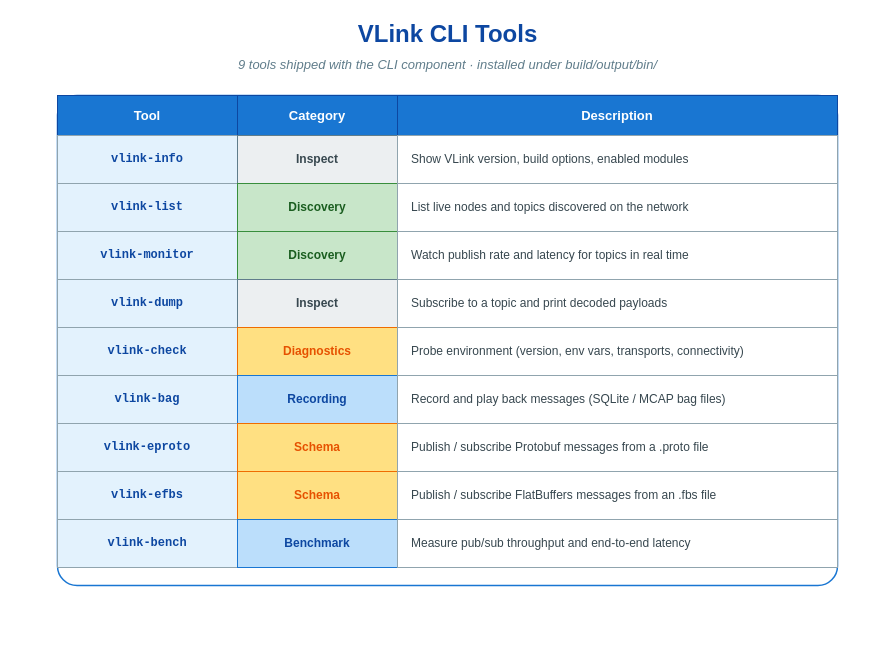
Above: doc/images/foreword-cli-tools-table.drawio in thun-res/vlink (draw.io), before the change. Source tidied: cells renumbered, new cells numbered last; positions are measured from the earlier drawing's top-left corner, leaving out a move shared by most shapes. Both pictures are drawn from the tidied source at 100%, with x=0, y=0 at pixel (17, 17).
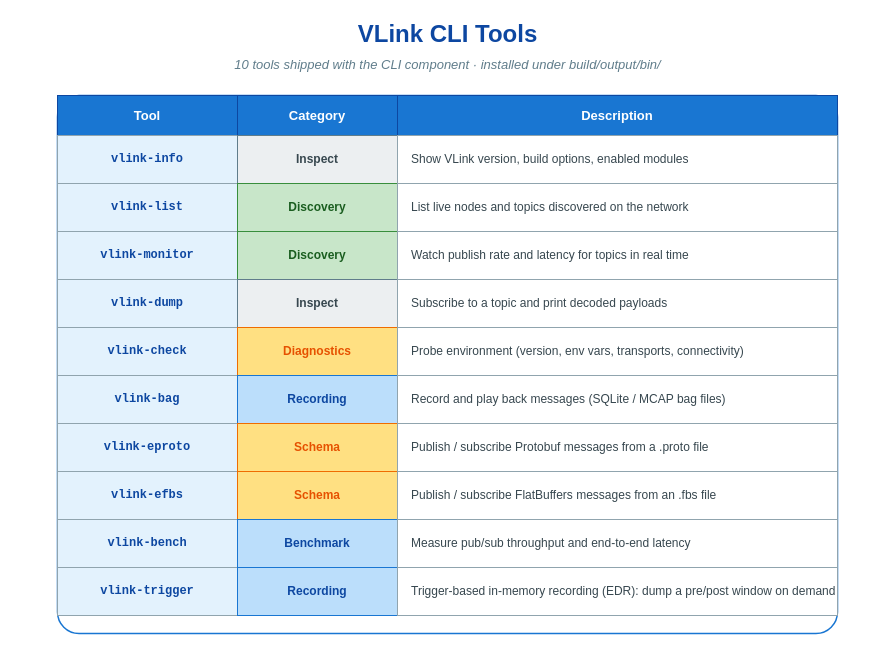
After the change.

Change to the diagram source:
```diff
@@
-    <mxCell id="3" value="9 tools shipped with the CLI component  ·  installed under build/output/bin/" style="text;html=1;align=center;verticalAlign=middle;strokeColor=none;fillColor=none;fontFamily=Helvetica;fontSize=13;fontStyle=2;fontColor=#607d8b;shadow=0;" parent="1" vertex="1">
+    <mxCell id="3" value="10 tools shipped with the CLI component  ·  installed under build/output/bin/" style="text;html=1;align=center;verticalAlign=middle;strokeColor=none;fillColor=none;fontFamily=Helvetica;fontSize=13;fontStyle=2;fontColor=#607d8b;shadow=0;" parent="1" vertex="1">
       <mxGeometry y="36" width="860" height="22" as="geometry" />
     </mxCell>
     <mxCell id="4" style="rounded=1;whiteSpace=wrap;html=1;fillColor=#ffffff;strokeColor=#1976d2;strokeWidth=1.5;arcSize=4;shadow=0;fontFamily=Helvetica;" parent="1" vertex="1">
-      <mxGeometry x="40" y="78" width="780" height="490" as="geometry" />
+      <mxGeometry x="40" y="78" width="780" height="538" as="geometry" />
     </mxCell>
@@
+    <mxCell id="35" value="vlink-trigger" style="rounded=0;whiteSpace=wrap;html=1;fillColor=#e3f2fd;strokeColor=#90a4ae;strokeWidth=1;fontFamily=Courier New;fontSize=12;fontStyle=1;fontColor=#0d47a1;align=center;verticalAlign=middle;shadow=0;" parent="1" vertex="1">
+      <mxGeometry x="40" y="550" width="180" height="48" as="geometry" />
+    </mxCell>
+    <mxCell id="36" value="Recording" style="rounded=0;whiteSpace=wrap;html=1;fillColor=#bbdefb;strokeColor=#1976d2;strokeWidth=1;fontFamily=Helvetica;fontSize=12;fontStyle=1;fontColor=#0d47a1;align=center;verticalAlign=middle;shadow=0;" parent="1" vertex="1">
+      <mxGeometry x="220" y="550" width="160" height="48" as="geometry" />
+    </mxCell>
+    <mxCell id="37" value="Trigger-based in-memory recording (EDR): dump a pre/post window on demand" style="rounded=0;whiteSpace=wrap;html=1;fillColor=#ffffff;strokeColor=#90a4ae;strokeWidth=1;fontFamily=Helvetica;fontSize=12;fontColor=#37474f;align=left;verticalAlign=middle;spacingLeft=12;shadow=0;" parent="1" vertex="1">
+      <mxGeometry x="380" y="550" width="440" height="48" as="geometry" />
+    </mxCell>
```
